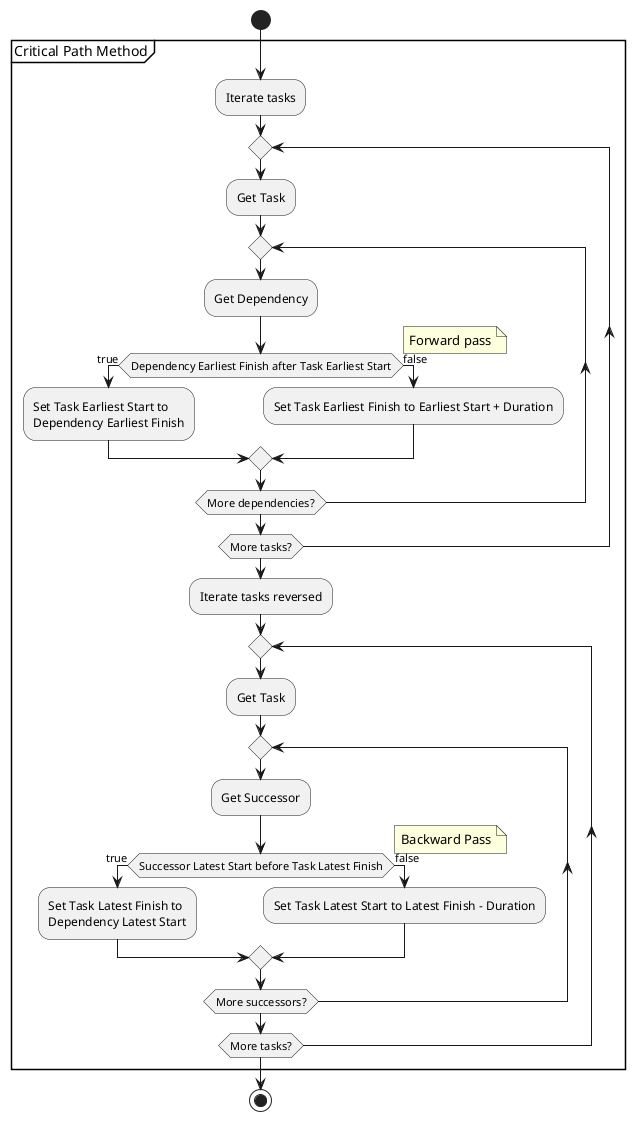
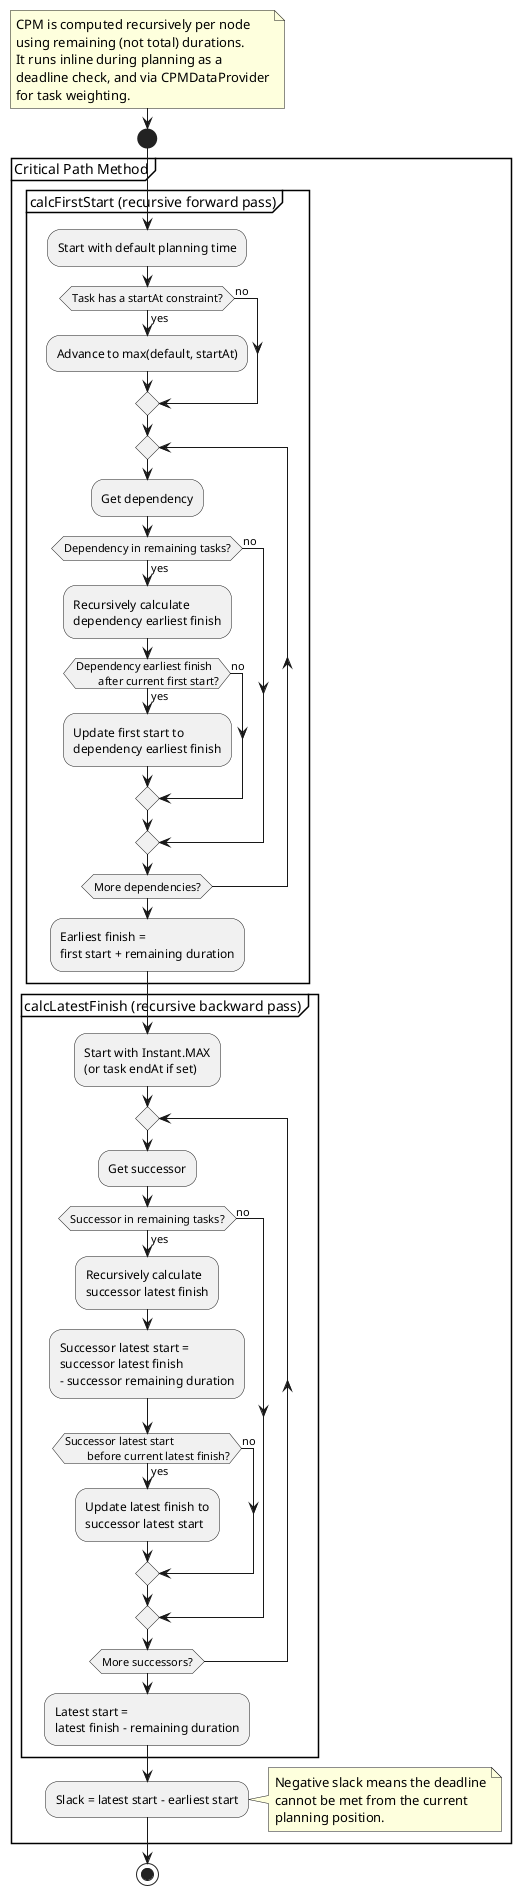
@startuml
+ note
+   CPM is computed recursively per node
+   using remaining (not total) durations.
+   It runs inline during planning as a
+   deadline check, and via CPMDataProvider
+   for task weighting.
+ end note
+ 
start

- partition Critical Path Method {
-   :Iterate tasks;
-   repeat
-     :Get Task;
+ partition "Critical Path Method" {
+ 
+   partition "calcFirstStart (recursive forward pass)" {
+     :Start with default planning time;
+     if (Task has a startAt constraint?) then (yes)
+       :Advance to max(default, startAt);
+     else (no)
+     endif
    repeat
-       :Get Dependency;
-       if (Dependency Earliest Finish after Task Earliest Start) is (true) then
-         :Set Task Earliest Start to
-         Dependency Earliest Finish;
-       else (false)
-       :Set Task Earliest Finish to Earliest Start + Duration;
+       :Get dependency;
+       if (Dependency in remaining tasks?) then (yes)
+         :Recursively calculate
+         dependency earliest finish;
+         if (Dependency earliest finish
+         after current first start?) then (yes)
+           :Update first start to
+           dependency earliest finish;
+         else (no)
+         endif
+       else (no)
      endif
    repeat while (More dependencies?)
-   repeat while (More tasks?)
-   note right
-     Forward pass
-   end note
+     :Earliest finish =
+     first start + remaining duration;
+   }

-   :Iterate tasks reversed;
-   repeat
-     :Get Task;
+   partition "calcLatestFinish (recursive backward pass)" {
+     :Start with Instant.MAX
+     (or task endAt if set);
    repeat
-       :Get Successor;
-       if (Successor Latest Start before Task Latest Finish) is (true) then
-         :Set Task Latest Finish to
-         Dependency Latest Start;
-       else (false)
-       :Set Task Latest Start to Latest Finish - Duration;
+       :Get successor;
+       if (Successor in remaining tasks?) then (yes)
+         :Recursively calculate
+         successor latest finish;
+         :Successor latest start =
+         successor latest finish
+         - successor remaining duration;
+         if (Successor latest start
+         before current latest finish?) then (yes)
+           :Update latest finish to
+           successor latest start;
+         else (no)
+         endif
+       else (no)
      endif
    repeat while (More successors?)
-   repeat while (More tasks?)
+     :Latest start =
+     latest finish - remaining duration;
+   }
+ 
+   :Slack = latest start - earliest start;
  note right
-     Backward Pass
+     Negative slack means the deadline
+     cannot be met from the current
+     planning position.
  end note
}

stop
@enduml
